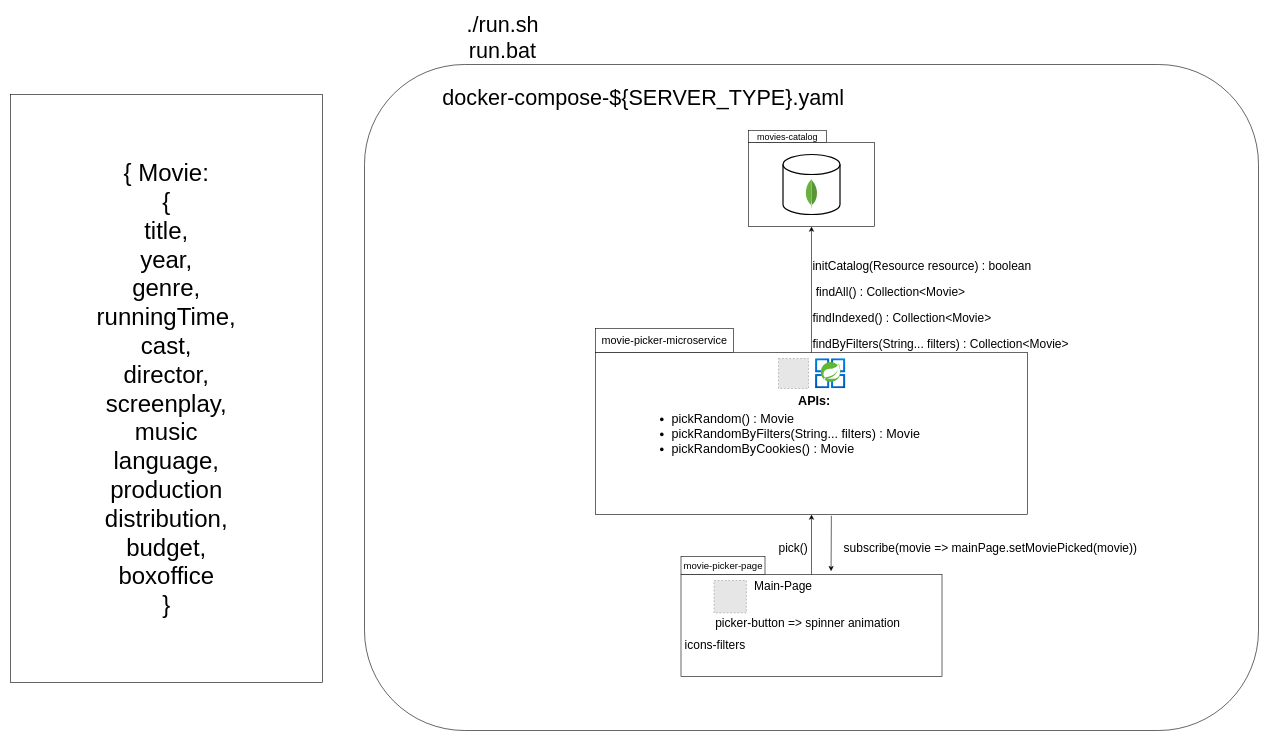
fragrama17/movie-picker keeps this draw.io diagram as movie-picker.drawio. Above is the earlier version. Source tidied: cells renumbered, new cells numbered last; positions are measured from the earlier drawing's top-left corner, leaving out a move shared by most shapes. Both pictures are drawn from the tidied source at 60%, with x=0, y=0 at pixel (10, 10). Pictures stored in the file or linked from it are replaced by grey dashed boxes.
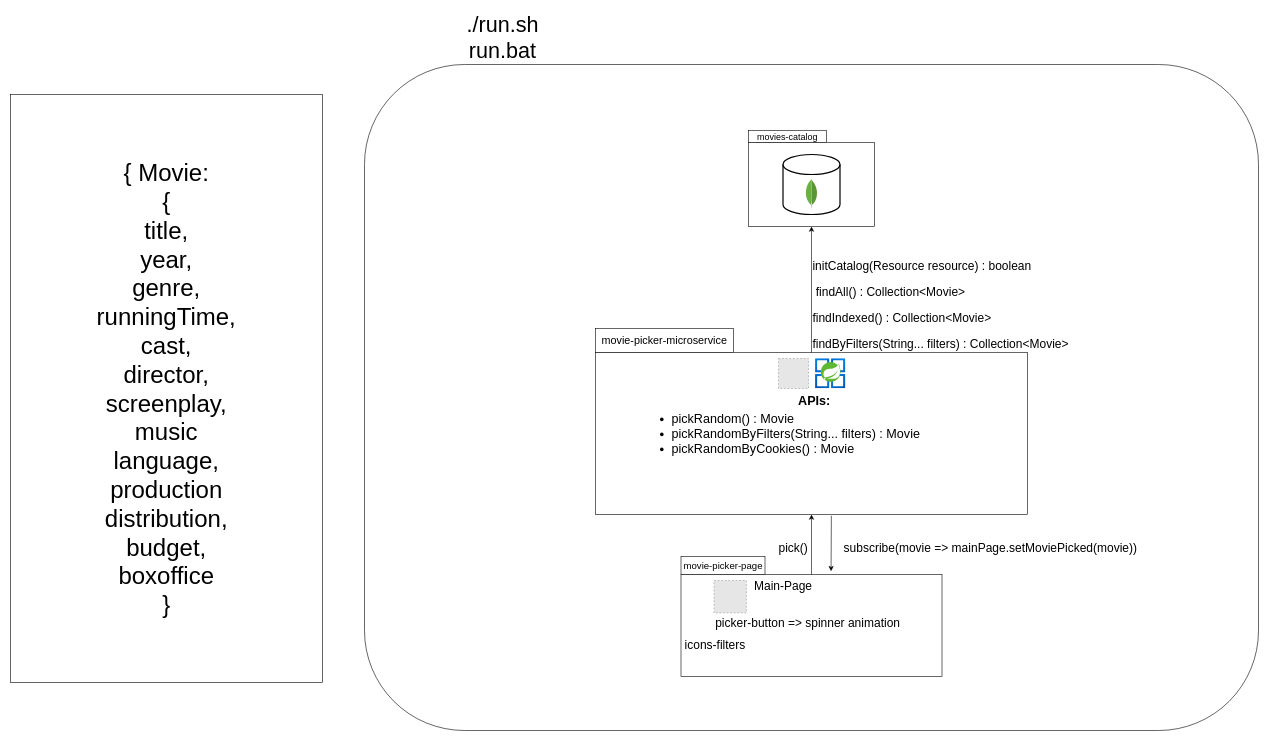
The same diagram, later.

Change to the diagram source:
```diff
@@
-    <mxCell id="16" value="&lt;font style=&quot;font-size: 36px;&quot;&gt;docker-compose-${SERVER_TYPE}.yaml&lt;/font&gt;" style="text;html=1;strokeColor=none;fillColor=none;align=center;verticalAlign=middle;whiteSpace=wrap;rounded=0;fontSize=21;" parent="1" vertex="1">
-      <mxGeometry x="610" y="130" width="890" height="30" as="geometry" />
-    </mxCell>
```
